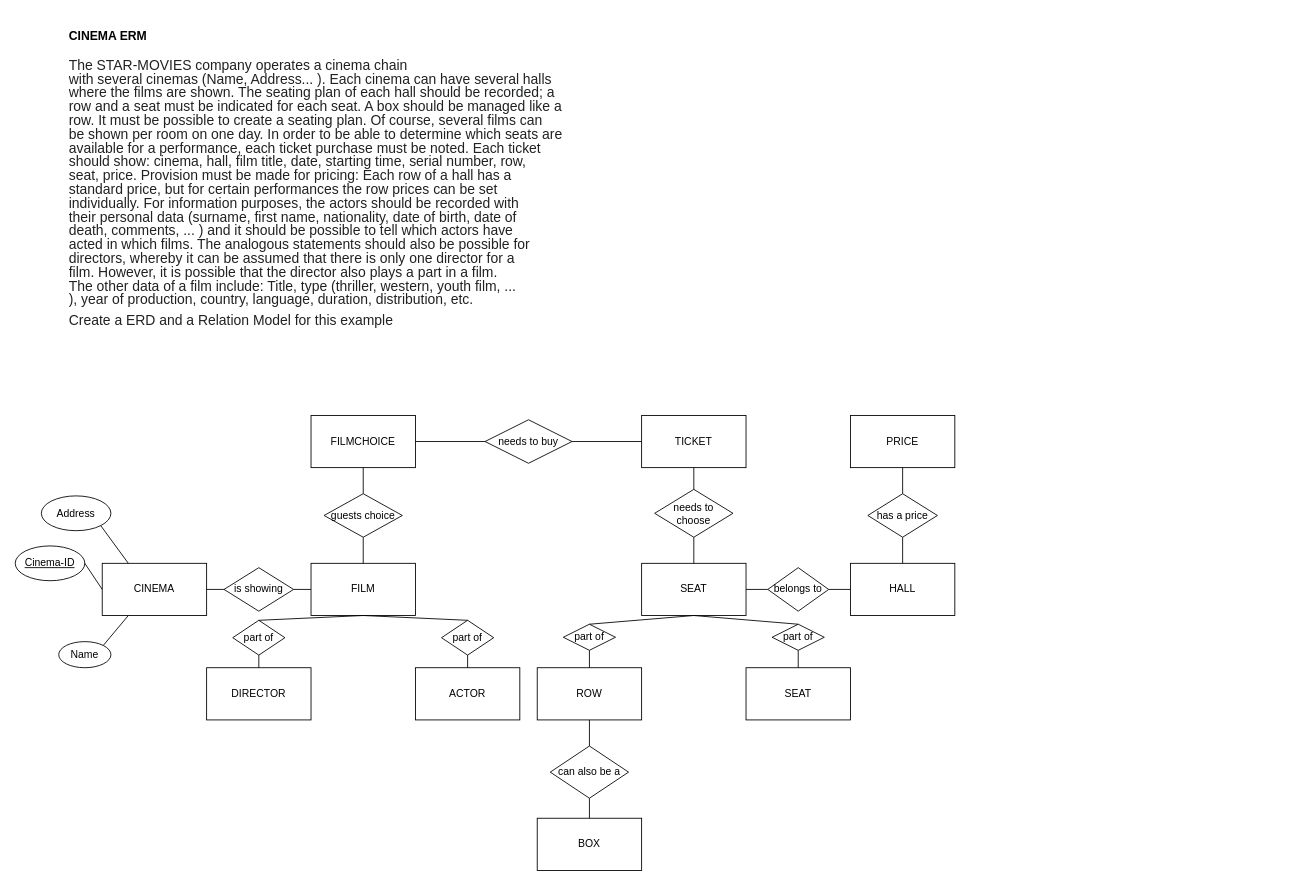
Earlier version of the draw.io diagram CINEMA.drawio (mars-veracruz/First-Repo). Source tidied: cells renumbered, new cells numbered last; positions are measured from the earlier drawing's top-left corner, leaving out a move shared by most shapes. Both pictures are drawn from the tidied source at 87%, with x=0, y=0 at pixel (15, 15).
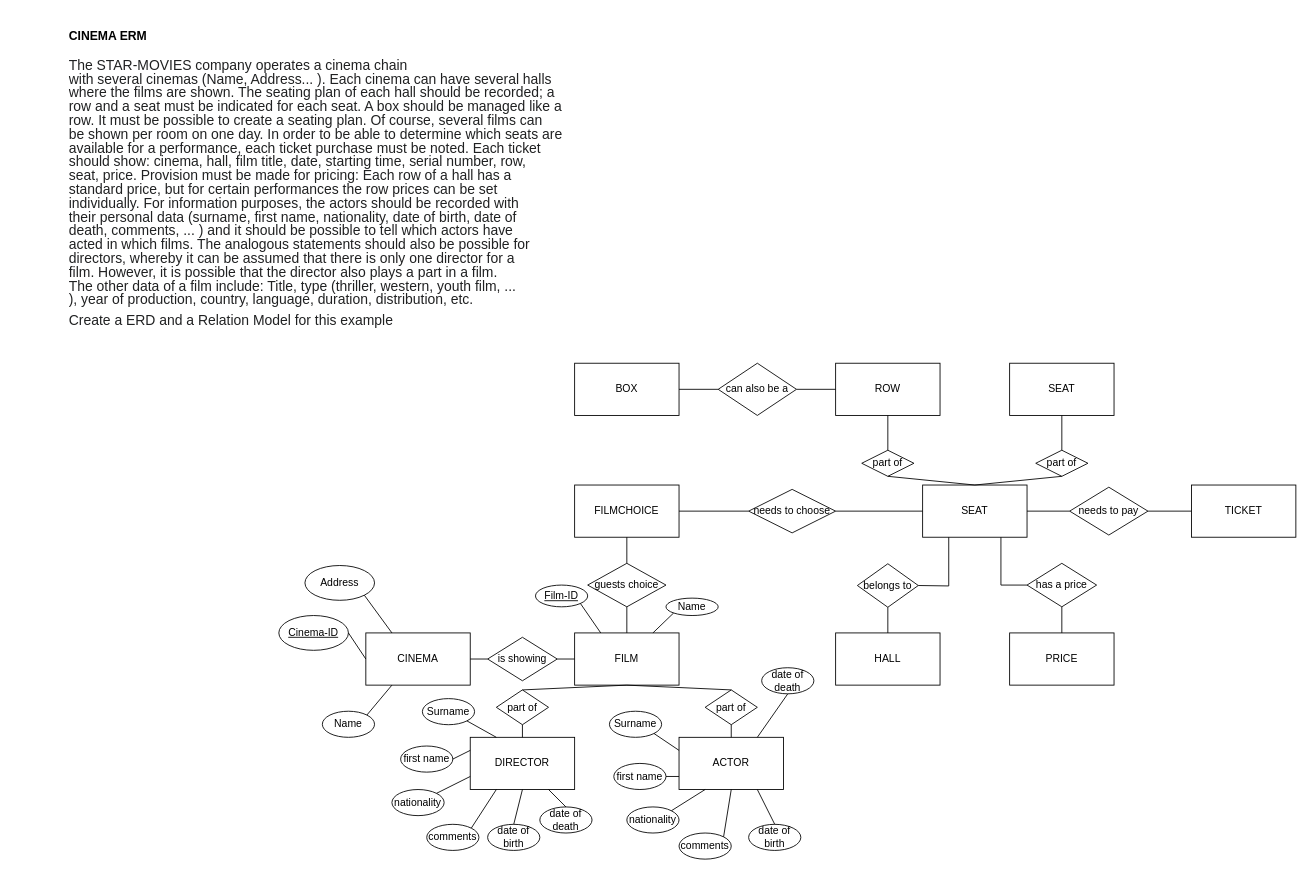
After the change.

Diff of the diagram source:
```diff
@@
     <mxCell id="3" value="CINEMA" style="rounded=0;whiteSpace=wrap;html=1;" parent="1" vertex="1">
-      <mxGeometry x="100" y="630" width="120" height="60" as="geometry" />
+      <mxGeometry x="403" y="710" width="120" height="60" as="geometry" />
     </mxCell>
     <mxCell id="4" value="HALL" style="rounded=0;whiteSpace=wrap;html=1;" parent="1" vertex="1">
-      <mxGeometry x="960" y="630" width="120" height="60" as="geometry" />
+      <mxGeometry x="943" y="710" width="120" height="60" as="geometry" />
     </mxCell>
     <mxCell id="5" value="SEAT" style="rounded=0;whiteSpace=wrap;html=1;" parent="1" vertex="1">
-      <mxGeometry x="720" y="630" width="120" height="60" as="geometry" />
+      <mxGeometry x="1043" y="540" width="120" height="60" as="geometry" />
     </mxCell>
     <mxCell id="6" value="ROW" style="rounded=0;whiteSpace=wrap;html=1;" parent="1" vertex="1">
-      <mxGeometry x="600" y="750" width="120" height="60" as="geometry" />
+      <mxGeometry x="943" y="400" width="120" height="60" as="geometry" />
     </mxCell>
     <mxCell id="7" value="SEAT" style="rounded=0;whiteSpace=wrap;html=1;" parent="1" vertex="1">
-      <mxGeometry x="840" y="750" width="120" height="60" as="geometry" />
+      <mxGeometry x="1143" y="400" width="120" height="60" as="geometry" />
     </mxCell>
     <mxCell id="8" value="part of" style="rhombus;whiteSpace=wrap;html=1;" parent="1" vertex="1">
-      <mxGeometry x="630" y="700" width="60" height="30" as="geometry" />
+      <mxGeometry x="973" y="500" width="60" height="30" as="geometry" />
     </mxCell>
     <mxCell id="9" value="part of" style="rhombus;whiteSpace=wrap;html=1;" parent="1" vertex="1">
-      <mxGeometry x="870" y="700" width="60" height="30" as="geometry" />
+      <mxGeometry x="1173" y="500" width="60" height="30" as="geometry" />
     </mxCell>
-    <mxCell id="10" style="endArrow=none;html=1;rounded=0;entryX=0.5;entryY=1;entryDx=0;entryDy=0;exitX=0.5;exitY=0;exitDx=0;exitDy=0;" parent="1" edge="1" source="6" target="8">
+    <mxCell id="10" style="endArrow=none;html=1;rounded=0;entryX=0.5;entryY=0;entryDx=0;entryDy=0;exitX=0.5;exitY=1;exitDx=0;exitDy=0;" parent="1" edge="1" source="6" target="8">
       <mxGeometry relative="1" as="geometry" />
     </mxCell>
-    <mxCell id="11" style="endArrow=none;html=1;rounded=0;entryX=0.5;entryY=1;entryDx=0;entryDy=0;exitX=0.5;exitY=0;exitDx=0;exitDy=0;" parent="1" edge="1" source="7" target="9">
+    <mxCell id="11" style="endArrow=none;html=1;rounded=0;entryX=0.5;entryY=0;entryDx=0;entryDy=0;exitX=0.5;exitY=1;exitDx=0;exitDy=0;" parent="1" edge="1" source="7" target="9">
       <mxGeometry relative="1" as="geometry" />
     </mxCell>
-    <mxCell id="12" style="endArrow=none;html=1;rounded=0;exitX=0.5;exitY=0;exitDx=0;exitDy=0;entryX=0.5;entryY=0;entryDx=0;entryDy=0;" parent="1" edge="1" source="8" target="9">
-      <mxGeometry relative="1" as="geometry">
-        <Array as="points">
-          <mxPoint x="780" y="690" />
-        </Array>
-      </mxGeometry>
-    </mxCell>
     <mxCell id="13" value="is showing" style="rhombus;whiteSpace=wrap;html=1;" parent="1" vertex="1">
-      <mxGeometry x="240" y="635" width="80" height="50" as="geometry" />
+      <mxGeometry x="543" y="715" width="80" height="50" as="geometry" />
     </mxCell>
@@
     <mxCell id="15" value="BOX" style="rounded=0;whiteSpace=wrap;html=1;" parent="1" vertex="1">
-      <mxGeometry x="600" y="923" width="120" height="60" as="geometry" />
+      <mxGeometry x="643" y="400" width="120" height="60" as="geometry" />
     </mxCell>
     <mxCell id="16" value="FILMCHOICE" style="rounded=0;whiteSpace=wrap;html=1;" parent="1" vertex="1">
-      <mxGeometry x="340" y="460" width="120" height="60" as="geometry" />
+      <mxGeometry x="643" y="540" width="120" height="60" as="geometry" />
     </mxCell>
     <mxCell id="17" value="ACTOR" style="rounded=0;whiteSpace=wrap;html=1;" parent="1" vertex="1">
-      <mxGeometry x="460" y="750" width="120" height="60" as="geometry" />
+      <mxGeometry x="763" y="830" width="120" height="60" as="geometry" />
     </mxCell>
     <mxCell id="18" value="DIRECTOR" style="rounded=0;whiteSpace=wrap;html=1;" parent="1" vertex="1">
-      <mxGeometry x="220" y="750" width="120" height="60" as="geometry" />
+      <mxGeometry x="523" y="830" width="120" height="60" as="geometry" />
     </mxCell>
     <mxCell id="19" value="PRICE" style="rounded=0;whiteSpace=wrap;html=1;" parent="1" vertex="1">
-      <mxGeometry x="960" y="460" width="120" height="60" as="geometry" />
+      <mxGeometry x="1143" y="710" width="120" height="60" as="geometry" />
     </mxCell>
     <mxCell id="20" value="TICKET" style="whiteSpace=wrap;html=1;" parent="1" vertex="1">
-      <mxGeometry x="720" y="460" width="120" height="60" as="geometry" />
+      <mxGeometry x="1352" y="540" width="120" height="60" as="geometry" />
     </mxCell>
     <mxCell id="21" value="FILM" style="whiteSpace=wrap;html=1;" parent="1" vertex="1">
-      <mxGeometry x="340" y="630" width="120" height="60" as="geometry" />
+      <mxGeometry x="643" y="710" width="120" height="60" as="geometry" />
     </mxCell>
     <mxCell id="22" value="part of" style="rhombus;whiteSpace=wrap;html=1;" parent="1" vertex="1">
-      <mxGeometry x="250" y="695.5" width="60" height="40" as="geometry" />
+      <mxGeometry x="553" y="775.5" width="60" height="40" as="geometry" />
     </mxCell>
     <mxCell id="23" value="part of" style="rhombus;whiteSpace=wrap;html=1;" parent="1" vertex="1">
-      <mxGeometry x="490" y="695.5" width="60" height="40" as="geometry" />
+      <mxGeometry x="793" y="775.5" width="60" height="40" as="geometry" />
     </mxCell>
@@
     <mxCell id="26" style="endArrow=none;html=1;rounded=0;entryX=0.5;entryY=0;entryDx=0;entryDy=0;exitX=0.5;exitY=0;exitDx=0;exitDy=0;" parent="1" edge="1" source="22" target="23">
       <mxGeometry relative="1" as="geometry">
         <Array as="points">
-          <mxPoint x="400" y="690" />
+          <mxPoint x="703" y="770" />
         </Array>
       </mxGeometry>
     </mxCell>
@@
-    <mxCell id="29" style="endArrow=none;html=1;rounded=0;exitX=1;exitY=0.5;exitDx=0;exitDy=0;entryX=0;entryY=0.5;entryDx=0;entryDy=0;" parent="1" edge="1" source="37" target="20">
+    <mxCell id="29" style="endArrow=none;html=1;rounded=0;exitX=1;exitY=0.5;exitDx=0;exitDy=0;entryX=0;entryY=0.5;entryDx=0;entryDy=0;" parent="1" edge="1" source="37" target="5">
       <mxGeometry relative="1" as="geometry" />
     </mxCell>
-    <mxCell id="30" style="endArrow=none;html=1;rounded=0;entryX=0.5;entryY=1;entryDx=0;entryDy=0;exitX=0.5;exitY=0;exitDx=0;exitDy=0;" parent="1" edge="1" source="45" target="19">
+    <mxCell id="30" style="endArrow=none;html=1;rounded=0;entryX=0.5;entryY=0;entryDx=0;entryDy=0;exitX=0.5;exitY=1;exitDx=0;exitDy=0;" parent="1" edge="1" source="45" target="19">
       <mxGeometry relative="1" as="geometry" />
     </mxCell>
-    <mxCell id="31" style="endArrow=none;html=1;rounded=0;exitX=0;exitY=0.5;exitDx=0;exitDy=0;entryX=1;entryY=0.5;entryDx=0;entryDy=0;" parent="1" edge="1" source="43" target="5">
-      <mxGeometry relative="1" as="geometry" />
-    </mxCell>
-    <mxCell id="32" style="endArrow=none;html=1;rounded=0;entryX=0.5;entryY=1;entryDx=0;entryDy=0;exitX=0.5;exitY=0;exitDx=0;exitDy=0;" parent="1" edge="1" source="39" target="20">
+    <mxCell id="32" style="endArrow=none;html=1;rounded=0;exitX=1;exitY=0.5;exitDx=0;exitDy=0;entryX=0;entryY=0.5;entryDx=0;entryDy=0;" parent="1" edge="1" source="39" target="20">
       <mxGeometry relative="1" as="geometry" />
     </mxCell>
-    <mxCell id="33" style="endArrow=none;html=1;rounded=0;entryX=0.5;entryY=1;entryDx=0;entryDy=0;exitX=0.5;exitY=0;exitDx=0;exitDy=0;" parent="1" edge="1" source="41" target="6">
+    <mxCell id="33" style="endArrow=none;html=1;rounded=0;entryX=0;entryY=0.5;entryDx=0;entryDy=0;exitX=1;exitY=0.5;exitDx=0;exitDy=0;" parent="1" edge="1" source="41" target="6">
       <mxGeometry relative="1" as="geometry" />
     </mxCell>
@@
     <mxCell id="35" value="guests choice" style="rhombus;whiteSpace=wrap;html=1;" parent="1" vertex="1">
-      <mxGeometry x="355" y="550" width="90" height="50" as="geometry" />
+      <mxGeometry x="658" y="630" width="90" height="50" as="geometry" />
     </mxCell>
@@
-    <mxCell id="37" value="needs to buy" style="rhombus;whiteSpace=wrap;html=1;" parent="1" vertex="1">
-      <mxGeometry x="540" y="465" width="100" height="50" as="geometry" />
+    <mxCell id="37" value="needs to choose" style="rhombus;whiteSpace=wrap;html=1;" parent="1" vertex="1">
+      <mxGeometry x="843" y="545" width="100" height="50" as="geometry" />
     </mxCell>
-    <mxCell id="38" style="endArrow=none;html=1;rounded=0;entryX=0.5;entryY=1;entryDx=0;entryDy=0;exitX=0.5;exitY=0;exitDx=0;exitDy=0;" parent="1" edge="1" source="5" target="39">
+    <mxCell id="38" style="endArrow=none;html=1;rounded=0;entryX=0.5;entryY=1;entryDx=0;entryDy=0;exitX=0.5;exitY=0;exitDx=0;exitDy=0;" parent="1" edge="1" source="4" target="43">
       <mxGeometry relative="1" as="geometry" />
     </mxCell>
-    <mxCell id="39" value="needs to choose" style="rhombus;whiteSpace=wrap;html=1;" parent="1" vertex="1">
-      <mxGeometry x="735" y="545" width="90" height="55" as="geometry" />
+    <mxCell id="39" value="needs to pay" style="rhombus;whiteSpace=wrap;html=1;" parent="1" vertex="1">
+      <mxGeometry x="1212" y="542.5" width="90" height="55" as="geometry" />
     </mxCell>
-    <mxCell id="40" style="endArrow=none;html=1;rounded=0;entryX=0.5;entryY=1;entryDx=0;entryDy=0;exitX=0.5;exitY=0;exitDx=0;exitDy=0;" parent="1" edge="1" source="15" target="41">
+    <mxCell id="40" style="endArrow=none;html=1;rounded=0;entryX=0;entryY=0.5;entryDx=0;entryDy=0;exitX=1;exitY=0.5;exitDx=0;exitDy=0;" parent="1" edge="1" source="15" target="41">
       <mxGeometry relative="1" as="geometry" />
     </mxCell>
     <mxCell id="41" value="can also be a" style="rhombus;whiteSpace=wrap;html=1;" parent="1" vertex="1">
-      <mxGeometry x="615" y="840" width="90" height="60" as="geometry" />
+      <mxGeometry x="808" y="400" width="90" height="60" as="geometry" />
     </mxCell>
-    <mxCell id="42" style="endArrow=none;html=1;rounded=0;exitX=0;exitY=0.5;exitDx=0;exitDy=0;entryX=1;entryY=0.5;entryDx=0;entryDy=0;" parent="1" edge="1" source="4" target="43">
-      <mxGeometry relative="1" as="geometry" />
-    </mxCell>
     <mxCell id="43" value="belongs to" style="rhombus;whiteSpace=wrap;html=1;" parent="1" vertex="1">
-      <mxGeometry x="865" y="635" width="70" height="50" as="geometry" />
+      <mxGeometry x="968" y="630.5" width="70" height="50" as="geometry" />
     </mxCell>
-    <mxCell id="44" style="endArrow=none;html=1;rounded=0;entryX=0.5;entryY=1;entryDx=0;entryDy=0;exitX=0.5;exitY=0;exitDx=0;exitDy=0;" parent="1" edge="1" source="4" target="45">
-      <mxGeometry relative="1" as="geometry" />
+    <mxCell id="44" style="endArrow=none;html=1;rounded=0;entryX=1;entryY=0.5;entryDx=0;entryDy=0;exitX=0.25;exitY=1;exitDx=0;exitDy=0;" parent="1" edge="1" source="5" target="43">
+      <mxGeometry relative="1" as="geometry">
+        <Array as="points">
+          <mxPoint x="1073" y="656" />
+        </Array>
+      </mxGeometry>
     </mxCell>
     <mxCell id="45" value="has a price" style="rhombus;whiteSpace=wrap;html=1;" parent="1" vertex="1">
-      <mxGeometry x="980" y="550" width="80" height="50" as="geometry" />
+      <mxGeometry x="1163" y="630" width="80" height="50" as="geometry" />
     </mxCell>
     <mxCell id="46" value="&lt;u&gt;Cinema-ID&lt;/u&gt;" style="ellipse;whiteSpace=wrap;html=1;" parent="1" vertex="1">
-      <mxGeometry y="610" width="80" height="40" as="geometry" />
+      <mxGeometry x="303" y="690" width="80" height="40" as="geometry" />
     </mxCell>
     <mxCell id="47" value="Address" style="ellipse;whiteSpace=wrap;html=1;" parent="1" vertex="1">
-      <mxGeometry x="30" y="552.5" width="80" height="40" as="geometry" />
+      <mxGeometry x="333" y="632.5" width="80" height="40" as="geometry" />
     </mxCell>
     <mxCell id="48" value="Name" style="ellipse;whiteSpace=wrap;html=1;" parent="1" vertex="1">
-      <mxGeometry x="50" y="720" width="60" height="30" as="geometry" />
+      <mxGeometry x="353" y="800" width="60" height="30" as="geometry" />
     </mxCell>
@@
+    <mxCell id="52" value="Surname" style="ellipse;whiteSpace=wrap;html=1;" parent="1" vertex="1">
+      <mxGeometry x="683" y="800" width="60" height="30" as="geometry" />
+    </mxCell>
+    <mxCell id="53" value="first name" style="ellipse;whiteSpace=wrap;html=1;" parent="1" vertex="1">
+      <mxGeometry x="688" y="860" width="60" height="30" as="geometry" />
+    </mxCell>
+    <mxCell id="54" value="nationality" style="ellipse;whiteSpace=wrap;html=1;" parent="1" vertex="1">
+      <mxGeometry x="703" y="910" width="60" height="30" as="geometry" />
+    </mxCell>
+    <mxCell id="55" value="date of birth" style="ellipse;whiteSpace=wrap;html=1;" parent="1" vertex="1">
+      <mxGeometry x="843" y="930" width="60" height="30" as="geometry" />
+    </mxCell>
+    <mxCell id="56" value="date of death" style="ellipse;whiteSpace=wrap;html=1;" parent="1" vertex="1">
+      <mxGeometry x="858" y="750" width="60" height="30" as="geometry" />
+    </mxCell>
+    <mxCell id="57" value="comments" style="ellipse;whiteSpace=wrap;html=1;" parent="1" vertex="1">
+      <mxGeometry x="763" y="940" width="60" height="30" as="geometry" />
+    </mxCell>
+    <mxCell id="58" style="endArrow=none;html=1;rounded=0;exitX=0;exitY=0.25;exitDx=0;exitDy=0;entryX=1;entryY=1;entryDx=0;entryDy=0;" parent="1" edge="1" source="17" target="52">
+      <mxGeometry relative="1" as="geometry" />
+    </mxCell>
+    <mxCell id="59" style="endArrow=none;html=1;rounded=0;exitX=0;exitY=0.75;exitDx=0;exitDy=0;entryX=1;entryY=0.5;entryDx=0;entryDy=0;" parent="1" edge="1" source="17" target="53">
+      <mxGeometry relative="1" as="geometry" />
+    </mxCell>
+    <mxCell id="60" style="endArrow=none;html=1;rounded=0;exitX=1;exitY=0;exitDx=0;exitDy=0;entryX=0.25;entryY=1;entryDx=0;entryDy=0;" parent="1" edge="1" source="54" target="17">
+      <mxGeometry relative="1" as="geometry" />
+    </mxCell>
+    <mxCell id="61" style="endArrow=none;html=1;rounded=0;entryX=0.5;entryY=1;entryDx=0;entryDy=0;exitX=1;exitY=0;exitDx=0;exitDy=0;" parent="1" edge="1" source="57" target="17">
+      <mxGeometry relative="1" as="geometry" />
+    </mxCell>
+    <mxCell id="62" style="endArrow=none;html=1;rounded=0;entryX=0.75;entryY=1;entryDx=0;entryDy=0;exitX=0.5;exitY=0;exitDx=0;exitDy=0;" parent="1" edge="1" source="55" target="17">
+      <mxGeometry relative="1" as="geometry" />
+    </mxCell>
+    <mxCell id="63" style="endArrow=none;html=1;rounded=0;entryX=0.75;entryY=0;entryDx=0;entryDy=0;exitX=0.5;exitY=1;exitDx=0;exitDy=0;" parent="1" edge="1" source="56" target="17">
+      <mxGeometry relative="1" as="geometry" />
+    </mxCell>
+    <mxCell id="64" value="Surname" style="ellipse;whiteSpace=wrap;html=1;" parent="1" vertex="1">
+      <mxGeometry x="468" y="785.5" width="60" height="30" as="geometry" />
+    </mxCell>
+    <mxCell id="65" value="first name" style="ellipse;whiteSpace=wrap;html=1;" parent="1" vertex="1">
+      <mxGeometry x="443" y="840" width="60" height="30" as="geometry" />
+    </mxCell>
+    <mxCell id="66" value="nationality" style="ellipse;whiteSpace=wrap;html=1;" parent="1" vertex="1">
+      <mxGeometry x="433" y="890" width="60" height="30" as="geometry" />
+    </mxCell>
+    <mxCell id="67" value="comments" style="ellipse;whiteSpace=wrap;html=1;" parent="1" vertex="1">
+      <mxGeometry x="473" y="930" width="60" height="30" as="geometry" />
+    </mxCell>
+    <mxCell id="68" value="date of birth" style="ellipse;whiteSpace=wrap;html=1;" parent="1" vertex="1">
+      <mxGeometry x="543" y="930" width="60" height="30" as="geometry" />
+    </mxCell>
+    <mxCell id="69" value="date of death" style="ellipse;whiteSpace=wrap;html=1;" parent="1" vertex="1">
+      <mxGeometry x="603" y="910" width="60" height="30" as="geometry" />
+    </mxCell>
+    <mxCell id="70" style="endArrow=none;html=1;rounded=0;exitX=1;exitY=0.5;exitDx=0;exitDy=0;entryX=0;entryY=0.25;entryDx=0;entryDy=0;" parent="1" edge="1" source="65" target="18">
+      <mxGeometry relative="1" as="geometry" />
+    </mxCell>
+    <mxCell id="71" style="endArrow=none;html=1;rounded=0;exitX=1;exitY=1;exitDx=0;exitDy=0;entryX=0.25;entryY=0;entryDx=0;entryDy=0;" parent="1" edge="1" source="64" target="18">
+      <mxGeometry relative="1" as="geometry" />
+    </mxCell>
+    <mxCell id="72" style="endArrow=none;html=1;rounded=0;exitX=1;exitY=0;exitDx=0;exitDy=0;entryX=0;entryY=0.75;entryDx=0;entryDy=0;" parent="1" edge="1" source="66" target="18">
+      <mxGeometry relative="1" as="geometry" />
+    </mxCell>
+    <mxCell id="73" style="endArrow=none;html=1;rounded=0;exitX=1;exitY=0;exitDx=0;exitDy=0;entryX=0.25;entryY=1;entryDx=0;entryDy=0;" parent="1" edge="1" source="67" target="18">
+      <mxGeometry relative="1" as="geometry" />
+    </mxCell>
+    <mxCell id="74" style="endArrow=none;html=1;rounded=0;entryX=0.5;entryY=1;entryDx=0;entryDy=0;exitX=0.5;exitY=0;exitDx=0;exitDy=0;" parent="1" edge="1" source="68" target="18">
+      <mxGeometry relative="1" as="geometry" />
+    </mxCell>
+    <mxCell id="75" style="endArrow=none;html=1;rounded=0;entryX=0.75;entryY=1;entryDx=0;entryDy=0;exitX=0.5;exitY=0;exitDx=0;exitDy=0;" parent="1" edge="1" source="69" target="18">
+      <mxGeometry relative="1" as="geometry" />
+    </mxCell>
+    <mxCell id="76" value="Name" style="ellipse;whiteSpace=wrap;html=1;" parent="1" vertex="1">
+      <mxGeometry x="748" y="670" width="60" height="20" as="geometry" />
+    </mxCell>
+    <mxCell id="77" value="&lt;u&gt;Film-ID&lt;/u&gt;" style="ellipse;whiteSpace=wrap;html=1;" parent="1" vertex="1">
+      <mxGeometry x="598" y="655" width="60" height="25" as="geometry" />
+    </mxCell>
+    <mxCell id="78" style="endArrow=none;html=1;rounded=0;entryX=1;entryY=1;entryDx=0;entryDy=0;exitX=0.25;exitY=0;exitDx=0;exitDy=0;" parent="1" edge="1" source="21" target="77">
+      <mxGeometry relative="1" as="geometry" />
+    </mxCell>
+    <mxCell id="79" style="endArrow=none;html=1;rounded=0;exitX=0.75;exitY=0;exitDx=0;exitDy=0;entryX=0;entryY=1;entryDx=0;entryDy=0;" parent="1" edge="1" source="21" target="76">
+      <mxGeometry relative="1" as="geometry" />
+    </mxCell>
+    <mxCell id="80" style="endArrow=none;html=1;rounded=0;entryX=0.5;entryY=1;entryDx=0;entryDy=0;exitX=0.5;exitY=1;exitDx=0;exitDy=0;" parent="1" edge="1" source="9" target="8">
+      <mxGeometry relative="1" as="geometry">
+        <Array as="points">
+          <mxPoint x="1103" y="540" />
+        </Array>
+      </mxGeometry>
+    </mxCell>
+    <mxCell id="81" style="endArrow=none;html=1;rounded=0;entryX=0;entryY=0.5;entryDx=0;entryDy=0;exitX=0.75;exitY=1;exitDx=0;exitDy=0;" parent="1" edge="1" source="5" target="45">
+      <mxGeometry relative="1" as="geometry">
+        <Array as="points">
+          <mxPoint x="1133" y="655" />
+        </Array>
+      </mxGeometry>
+    </mxCell>
+    <mxCell id="82" style="endArrow=none;html=1;rounded=0;exitX=1;exitY=0.5;exitDx=0;exitDy=0;entryX=0;entryY=0.5;entryDx=0;entryDy=0;" parent="1" edge="1" source="5" target="39">
+      <mxGeometry relative="1" as="geometry" />
+    </mxCell>
```
